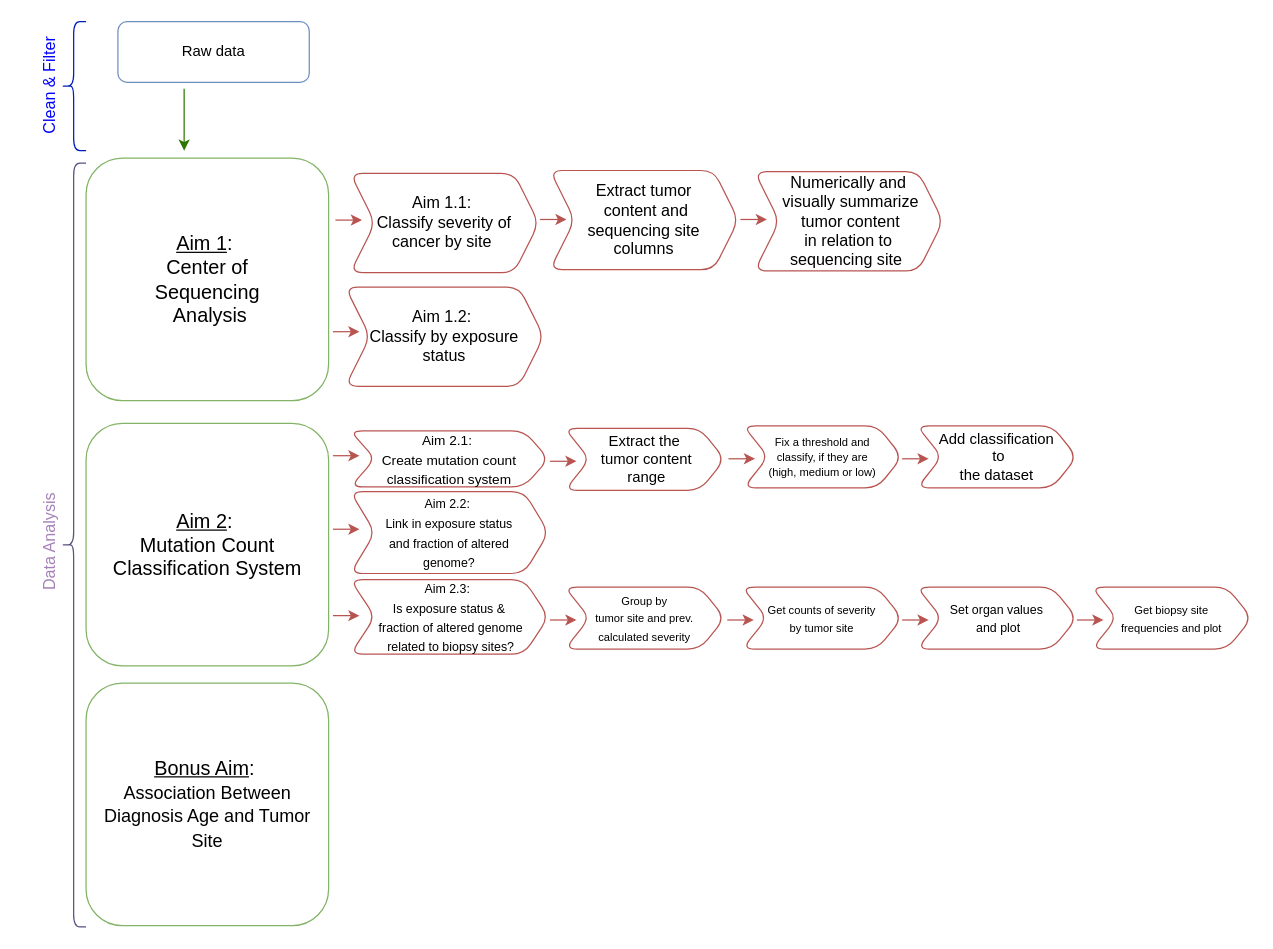
Earlier version of the draw.io diagram Pipeline_Image.drawio (aiy-wish/Data-Wrangling-Project). Source tidied: cells renumbered, new cells numbered last; positions are measured from the earlier drawing's top-left corner, leaving out a move shared by most shapes. Both pictures are drawn from the tidied source at 124%, with x=0, y=0 at pixel (-7, 21).
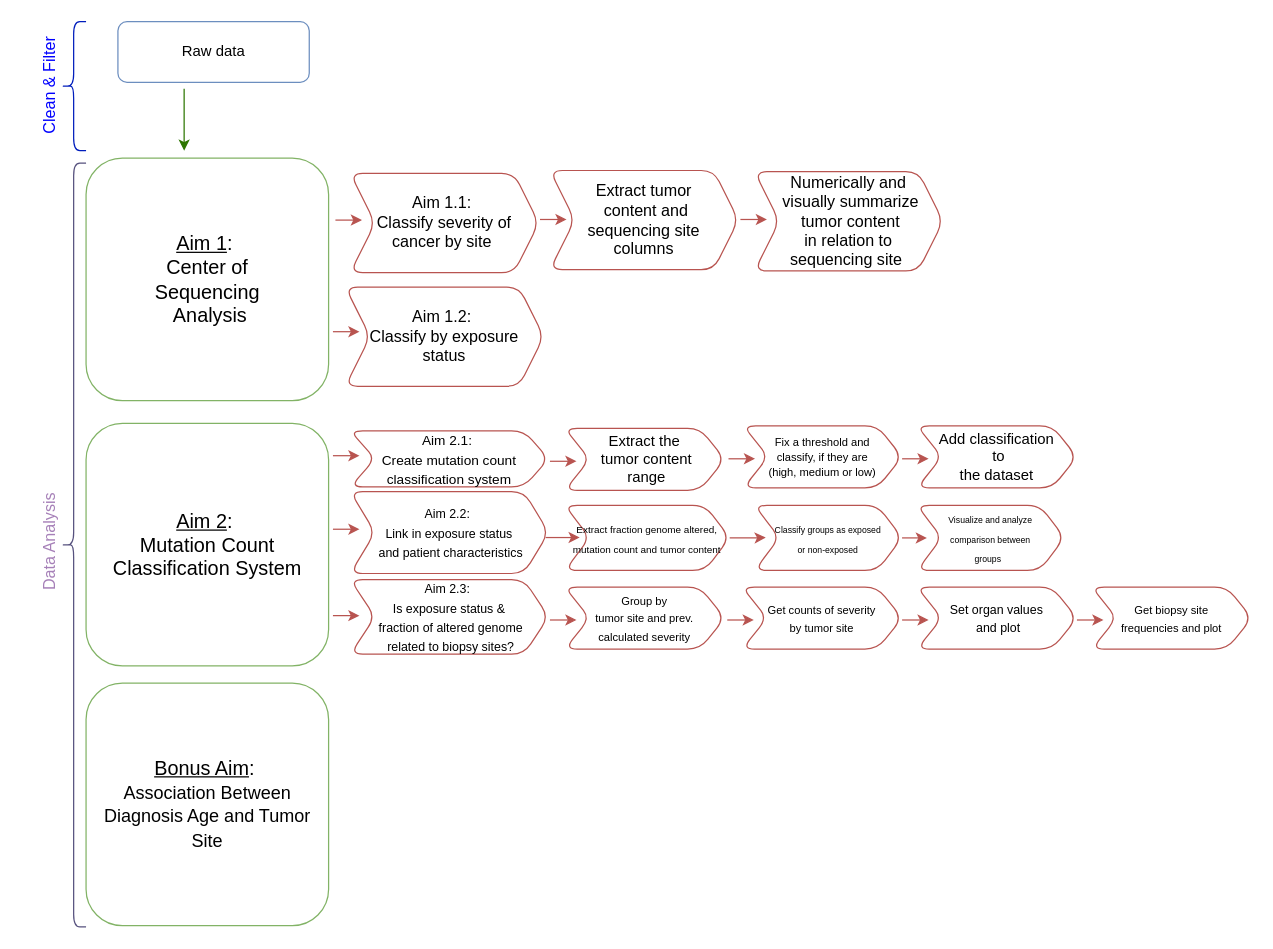
The same diagram, later.

Unchanged cells that the change refers to:
```xml
<mxCell id="3" style="group;" parent="2" vertex="1">
  <mxGeometry x="41" width="560" height="730" as="geometry" />
</mxCell>
<mxCell id="7" style="group;" parent="3" vertex="1">
  <mxGeometry x="-9.1" width="393.1" height="519.4" as="geometry" />
</mxCell>
```

Change to the diagram source:
```diff
@@
-    <mxCell id="15" value="&lt;span style=&quot;font-size: 10px&quot;&gt;Aim 2.2:&amp;nbsp;&lt;/span&gt;&lt;br style=&quot;font-size: 10px&quot;&gt;&lt;span id=&quot;docs-internal-guid-430a61ab-7fff-0e5c-0323-d102c36e70b5&quot; style=&quot;font-size: 10px&quot;&gt;&lt;span style=&quot;font-family: &amp;#34;arial&amp;#34; ; background-color: transparent ; vertical-align: baseline&quot;&gt;Link in exposure status&lt;br&gt;&amp;nbsp;and fraction of altered&amp;nbsp;&lt;br&gt;genome?&lt;/span&gt;&lt;/span&gt;" style="shape=step;perimeter=stepPerimeter;whiteSpace=wrap;html=1;fixedSize=1;rounded=1;fontSize=13;verticalAlign=middle;fillColor=#FFFFFF;strokeColor=#b85450;" parent="7" vertex="1">
+    <mxCell id="15" value="&lt;span style=&quot;font-size: 10px&quot;&gt;Aim 2.2:&amp;nbsp;&lt;/span&gt;&lt;br style=&quot;font-size: 10px&quot;&gt;&lt;span id=&quot;docs-internal-guid-430a61ab-7fff-0e5c-0323-d102c36e70b5&quot; style=&quot;font-size: 10px&quot;&gt;&lt;span style=&quot;font-family: &amp;#34;arial&amp;#34; ; background-color: transparent ; vertical-align: baseline&quot;&gt;Link in exposure status&lt;br&gt;&amp;nbsp;and patient characteristics&lt;br&gt;&lt;/span&gt;&lt;/span&gt;" style="shape=step;perimeter=stepPerimeter;whiteSpace=wrap;html=1;fixedSize=1;rounded=1;fontSize=13;verticalAlign=middle;fillColor=#FFFFFF;strokeColor=#b85450;" parent="7" vertex="1">
       <mxGeometry x="233.1" y="379" width="160" height="66" as="geometry" />
     </mxCell>
@@
+    <mxCell id="42" value="&lt;font style=&quot;font-size: 8px&quot;&gt;Extract fraction genome altered, mutation count and tumor content&lt;/font&gt;" style="shape=step;perimeter=stepPerimeter;whiteSpace=wrap;html=1;fixedSize=1;rounded=1;fontSize=13;verticalAlign=middle;fillColor=#FFFFFF;strokeColor=#b85450;" parent="3" vertex="1">
+      <mxGeometry x="397" y="390" width="133" height="52.5" as="geometry" />
+    </mxCell>
+    <mxCell id="43" style="edgeStyle=orthogonalEdgeStyle;rounded=0;jettySize=auto;html=1;fillColor=#f8cecc;strokeColor=#B85450;" parent="3" edge="1" source="15">
+      <mxGeometry relative="1" as="geometry">
+        <mxPoint x="409" y="416" as="targetPoint" />
+        <Array as="points">
+          <mxPoint x="399" y="416" />
+          <mxPoint x="399" y="416" />
+        </Array>
+      </mxGeometry>
+    </mxCell>
@@
+    <mxCell id="44" style="edgeStyle=orthogonalEdgeStyle;rounded=0;jettySize=auto;html=1;fontSize=8;strokeColor=#B85450;" parent="1" edge="1" source="45">
+      <mxGeometry relative="1" as="geometry">
+        <mxPoint x="753" y="416" as="targetPoint" />
+      </mxGeometry>
+    </mxCell>
+    <mxCell id="45" value="&lt;font style=&quot;font-size: 7px&quot;&gt;Classify groups as exposed &lt;br&gt;or non-exposed&lt;/font&gt;" style="shape=step;perimeter=stepPerimeter;whiteSpace=wrap;html=1;fixedSize=1;rounded=1;fontSize=13;verticalAlign=middle;fillColor=#FFFFFF;strokeColor=#b85450;" parent="1" vertex="1">
+      <mxGeometry x="614" y="390" width="119" height="52.5" as="geometry" />
+    </mxCell>
+    <mxCell id="46" style="edgeStyle=orthogonalEdgeStyle;rounded=0;jettySize=auto;html=1;strokeColor=#B85450;" parent="1" edge="1" source="42">
+      <mxGeometry relative="1" as="geometry">
+        <mxPoint x="623" y="416" as="targetPoint" />
+      </mxGeometry>
+    </mxCell>
+    <mxCell id="47" value="&lt;span style=&quot;font-size: 7px&quot;&gt;Visualize and analyze &lt;br&gt;comparison between &lt;br&gt;groups&amp;nbsp;&amp;nbsp;&lt;/span&gt;" style="shape=step;perimeter=stepPerimeter;whiteSpace=wrap;html=1;fixedSize=1;rounded=1;fontSize=13;verticalAlign=middle;fillColor=#FFFFFF;strokeColor=#b85450;" parent="1" vertex="1">
+      <mxGeometry x="745" y="390" width="119" height="52.5" as="geometry" />
+    </mxCell>
```
